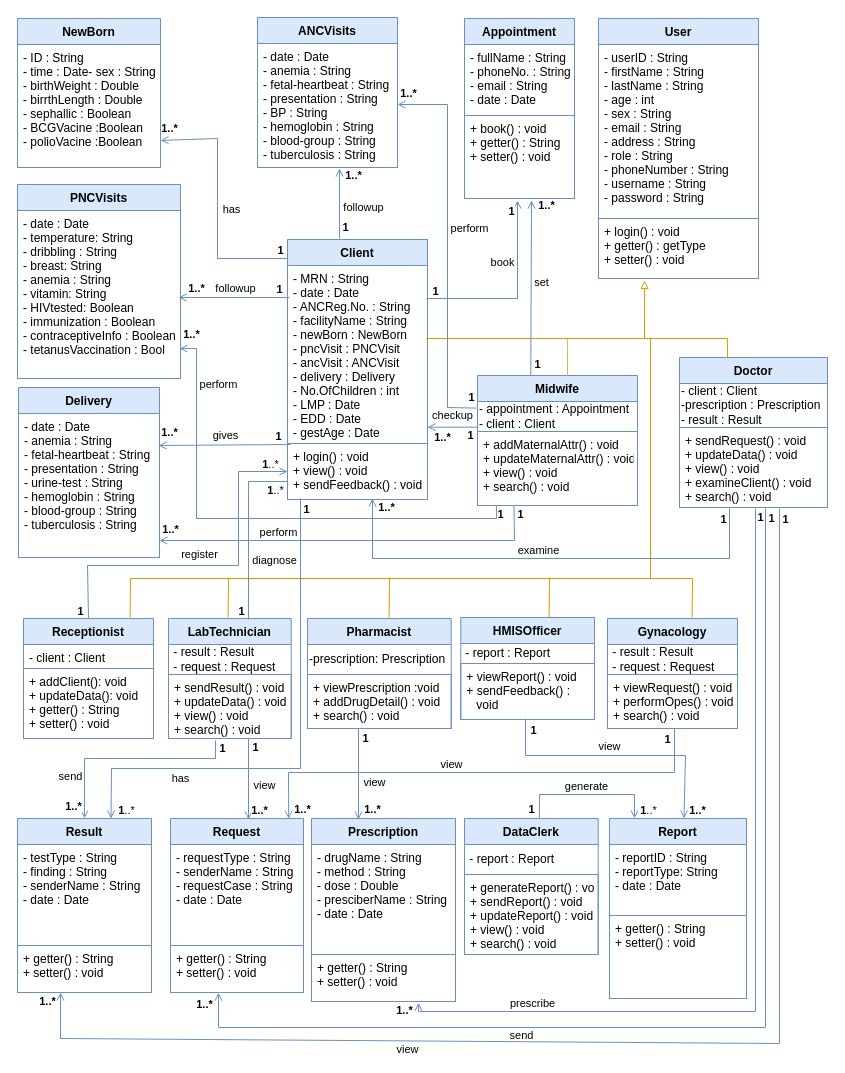
Above: Detailed Class Diagram.drawio in fasil712/UML_Diagram_Design (draw.io), before the change. Source tidied: cells renumbered, new cells numbered last; positions are measured from the earlier drawing's top-left corner, leaving out a move shared by most shapes. Both pictures are drawn from the tidied source at 100%, with x=0, y=0 at pixel (17, 17).
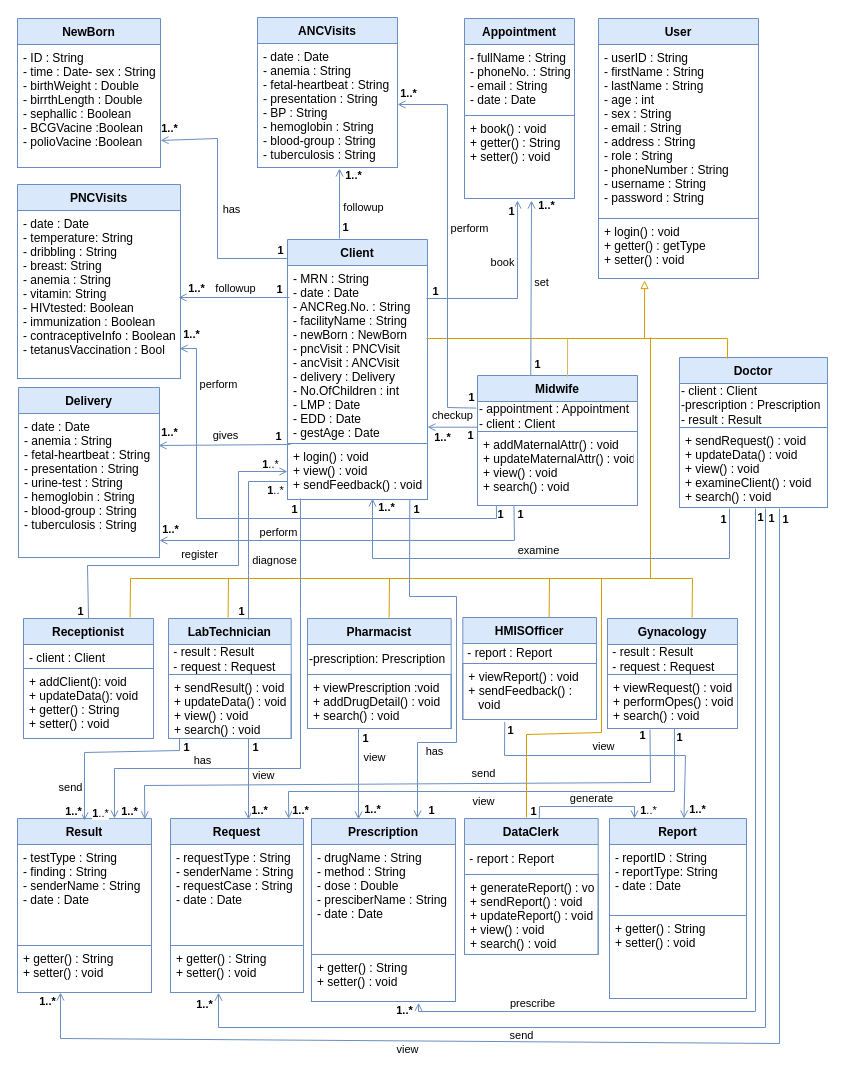
Above is the later version.

Unchanged cells that the change refers to:
```xml
<mxCell id="5" value="Result" style="swimlane;fontStyle=1;align=center;verticalAlign=top;horizontal=1;startSize=26;strokeWidth=1;spacingTop=0;fontSize=12;strokeColor=#6c8ebf;fillColor=#dae8fc;" parent="1" vertex="1">
  <mxGeometry y="801" width="134" height="174" as="geometry" />
</mxCell>
<mxCell id="61" value="+ viewRequest() : void&#10;+ performOpes() : void&#10;+ search() : void" style="text;strokeColor=#6C8EBF;fillColor=none;align=left;verticalAlign=top;spacingLeft=4;spacingRight=4;overflow=hidden;points=[[0,0.5],[1,0.5]];portConstraint=eastwest;strokeWidth=1;spacingTop=0;fontSize=12;" parent="59" vertex="1">
  <mxGeometry y="56" width="130" height="54" as="geometry" />
</mxCell>
<mxCell id="64" value="+ sendResult() : void&#10;+ updateData() : void&#10;+ view() : void&#10;+ search() : void" style="text;strokeColor=#6C8EBF;fillColor=none;align=left;verticalAlign=top;spacingLeft=4;spacingRight=4;overflow=hidden;points=[[0,0.5],[1,0.5]];portConstraint=eastwest;strokeWidth=1;spacingTop=0;fontSize=12;" parent="62" vertex="1">
  <mxGeometry y="56" width="122.7" height="64" as="geometry" />
</mxCell>
<mxCell id="70" value="+ viewReport() : void&#10;+ sendFeedback() :&#10;   void" style="text;strokeColor=#6C8EBF;fillColor=none;align=left;verticalAlign=top;spacingLeft=4;spacingRight=4;overflow=hidden;points=[[0,0.5],[1,0.5]];portConstraint=eastwest;strokeWidth=1;spacingTop=0;fontSize=12;" parent="68" vertex="1">
  <mxGeometry y="46" width="133.7" height="56" as="geometry" />
</mxCell>
<mxCell id="107" style="endArrow=open;html=1;rounded=0;strokeWidth=1;fillColor=#dae8fc;strokeColor=#6c8ebf;entryX=0.5;entryY=0;entryDx=0;entryDy=0;endFill=0;" parent="1" edge="1">
  <mxGeometry relative="1" as="geometry">
    <mxPoint x="341" y="711" as="sourcePoint" />
    <mxPoint x="341" y="802" as="targetPoint" />
  </mxGeometry>
</mxCell>
<mxCell id="123" style="endArrow=open;html=1;rounded=0;strokeWidth=1;fillColor=#dae8fc;strokeColor=#6c8ebf;entryX=0.5;entryY=0;entryDx=0;entryDy=0;endFill=0;" parent="1" edge="1">
  <mxGeometry relative="1" as="geometry">
    <mxPoint x="231" y="721" as="sourcePoint" />
    <mxPoint x="231" y="802" as="targetPoint" />
  </mxGeometry>
</mxCell>
```

Diff of the diagram source:
```diff
@@
     <mxCell id="68" value="HMISOfficer" style="swimlane;fontStyle=1;align=center;verticalAlign=top;horizontal=1;startSize=26;strokeWidth=1;spacingTop=0;fontSize=12;strokeColor=#6c8ebf;fillColor=#dae8fc;" parent="1" vertex="1">
-      <mxGeometry x="443.3" y="600" width="133.7" height="102" as="geometry" />
+      <mxGeometry x="445.3" y="600" width="133.7" height="102" as="geometry" />
     </mxCell>
@@
     <mxCell id="103" style="endArrow=none;html=1;rounded=0;strokeWidth=1;fillColor=#dae8fc;strokeColor=#6c8ebf;entryX=0.5;entryY=0;entryDx=0;entryDy=0;startArrow=open;startFill=0;" parent="1" edge="1">
       <mxGeometry relative="1" as="geometry">
         <mxPoint x="617" y="801" as="sourcePoint" />
         <mxPoint x="521.8" y="801" as="targetPoint" />
         <Array as="points">
-          <mxPoint x="617" y="777" />
-          <mxPoint x="522" y="777" />
+          <mxPoint x="617" y="789" />
+          <mxPoint x="522" y="789" />
         </Array>
       </mxGeometry>
     </mxCell>
@@
     <mxCell id="105" value="&lt;b&gt;1&lt;/b&gt;..*" style="edgeLabel;html=1;align=center;verticalAlign=middle;fontSize=11;" parent="103" vertex="1">
       <mxGeometry x="-0.69" y="-4" relative="1" as="geometry">
-        <mxPoint x="9" y="13" as="offset" />
+        <mxPoint x="19" y="7" as="offset" />
       </mxGeometry>
     </mxCell>
     <mxCell id="106" value="&lt;b&gt;1&lt;/b&gt;" style="edgeLabel;html=1;align=center;verticalAlign=middle;fontSize=11;" parent="103" vertex="1">
       <mxGeometry x="0.78" y="-7" relative="1" as="geometry">
-        <mxPoint x="-1" y="7" as="offset" />
+        <mxPoint x="-8" y="11" as="offset" />
       </mxGeometry>
     </mxCell>
@@
     <mxCell id="108" value="view" style="edgeLabel;html=1;align=center;verticalAlign=middle;" parent="107" vertex="1">
       <mxGeometry x="0.43" y="-2" relative="1" as="geometry">
-        <mxPoint x="17" y="-12" as="offset" />
+        <mxPoint x="17" y="-37" as="offset" />
       </mxGeometry>
     </mxCell>
@@
-    <mxCell id="115" style="endArrow=open;html=1;rounded=0;strokeWidth=1;fillColor=#dae8fc;strokeColor=#6c8ebf;entryX=0.5;entryY=0;entryDx=0;entryDy=0;endFill=0;" parent="1" edge="1">
+    <mxCell id="115" style="endArrow=open;html=1;rounded=0;strokeWidth=1;fillColor=#dae8fc;strokeColor=#6c8ebf;entryX=0.5;entryY=0;entryDx=0;entryDy=0;endFill=0;exitX=0.314;exitY=1.045;exitDx=0;exitDy=0;exitPerimeter=0;" parent="1" edge="1" source="70">
       <mxGeometry relative="1" as="geometry">
-        <mxPoint x="508" y="701" as="sourcePoint" />
         <mxPoint x="666.5" y="801" as="targetPoint" />
         <Array as="points">
-          <mxPoint x="508" y="738" />
+          <mxPoint x="487" y="738" />
           <mxPoint x="668" y="738" />
         </Array>
       </mxGeometry>
     </mxCell>
@@
     <mxCell id="117" value="&lt;b&gt;1&lt;/b&gt;" style="edgeLabel;html=1;align=center;verticalAlign=middle;fontSize=11;" parent="115" vertex="1">
       <mxGeometry x="-0.69" y="-4" relative="1" as="geometry">
-        <mxPoint x="4" y="-30" as="offset" />
+        <mxPoint x="-4" y="-30" as="offset" />
       </mxGeometry>
     </mxCell>
@@
     <mxCell id="124" value="view" style="edgeLabel;html=1;align=center;verticalAlign=middle;" parent="123" vertex="1">
       <mxGeometry x="0.43" y="-2" relative="1" as="geometry">
-        <mxPoint x="17" y="-12" as="offset" />
+        <mxPoint x="16" y="-22" as="offset" />
       </mxGeometry>
     </mxCell>
@@
-    <mxCell id="127" style="endArrow=open;html=1;rounded=0;strokeWidth=1;fillColor=#dae8fc;strokeColor=#6c8ebf;entryX=0.5;entryY=0;entryDx=0;entryDy=0;exitX=0.383;exitY=1.033;exitDx=0;exitDy=0;exitPerimeter=0;endFill=0;" parent="1" edge="1" source="64">
+    <mxCell id="127" style="endArrow=open;html=1;rounded=0;strokeWidth=1;fillColor=#dae8fc;strokeColor=#6c8ebf;entryX=0.5;entryY=0;entryDx=0;entryDy=0;exitX=0.09;exitY=0.969;exitDx=0;exitDy=0;exitPerimeter=0;endFill=0;" parent="1" edge="1">
       <mxGeometry relative="1" as="geometry">
-        <mxPoint x="67" y="801" as="targetPoint" />
+        <mxPoint x="162" y="721" as="sourcePoint" />
+        <mxPoint x="67" y="803" as="targetPoint" />
         <Array as="points">
-          <mxPoint x="198" y="741" />
-          <mxPoint x="67" y="741" />
+          <mxPoint x="162" y="733" />
+          <mxPoint x="67" y="735" />
         </Array>
       </mxGeometry>
     </mxCell>
@@
     <mxCell id="129" value="&lt;b&gt;1&lt;/b&gt;" style="edgeLabel;html=1;align=center;verticalAlign=middle;fontSize=11;" parent="127" vertex="1">
       <mxGeometry x="-0.69" y="-4" relative="1" as="geometry">
-        <mxPoint x="21" y="-7" as="offset" />
+        <mxPoint x="22" as="offset" />
       </mxGeometry>
     </mxCell>
@@
     <mxCell id="131" style="endArrow=open;html=1;rounded=0;strokeWidth=1;fillColor=#dae8fc;strokeColor=#6c8ebf;entryX=0.821;entryY=0.002;entryDx=0;entryDy=0;entryPerimeter=0;endFill=0;" parent="1" edge="1">
       <mxGeometry relative="1" as="geometry">
         <mxPoint x="657" y="711" as="sourcePoint" />
         <mxPoint x="271.2" y="801.3" as="targetPoint" />
         <Array as="points">
-          <mxPoint x="657" y="755" />
-          <mxPoint x="271" y="755" />
+          <mxPoint x="657" y="774" />
+          <mxPoint x="271" y="774" />
         </Array>
       </mxGeometry>
     </mxCell>
     <mxCell id="132" value="view" style="edgeLabel;html=1;align=center;verticalAlign=middle;" parent="131" vertex="1">
       <mxGeometry x="0.43" y="-2" relative="1" as="geometry">
-        <mxPoint x="73" y="-7" as="offset" />
+        <mxPoint x="86" y="11" as="offset" />
       </mxGeometry>
     </mxCell>
     <mxCell id="133" value="&lt;b&gt;1&lt;/b&gt;" style="edgeLabel;html=1;align=center;verticalAlign=middle;fontSize=11;" parent="131" vertex="1">
       <mxGeometry x="-0.69" y="-4" relative="1" as="geometry">
-        <mxPoint x="22" y="-30" as="offset" />
+        <mxPoint x="15" y="-51" as="offset" />
       </mxGeometry>
     </mxCell>
     <mxCell id="134" value="&lt;b&gt;1..*&lt;/b&gt;" style="edgeLabel;html=1;align=center;verticalAlign=middle;fontSize=11;" parent="131" vertex="1">
       <mxGeometry x="0.78" y="-7" relative="1" as="geometry">
-        <mxPoint x="7" y="43" as="offset" />
+        <mxPoint x="-14" y="25" as="offset" />
       </mxGeometry>
     </mxCell>
@@
-    <mxCell id="155" style="endArrow=open;html=1;rounded=0;strokeWidth=1;fillColor=#dae8fc;strokeColor=#6c8ebf;entryX=0.75;entryY=0;entryDx=0;entryDy=0;exitX=0.143;exitY=0.982;exitDx=0;exitDy=0;exitPerimeter=0;endFill=0;" parent="1" edge="1">
+    <mxCell id="155" style="endArrow=open;html=1;rounded=0;strokeWidth=1;fillColor=#dae8fc;strokeColor=#6c8ebf;exitX=0.143;exitY=0.982;exitDx=0;exitDy=0;exitPerimeter=0;endFill=0;" parent="1" edge="1">
       <mxGeometry relative="1" as="geometry">
         <mxPoint x="283" y="481" as="sourcePoint" />
-        <mxPoint x="93.5" y="801" as="targetPoint" />
+        <mxPoint x="97" y="801" as="targetPoint" />
         <Array as="points">
           <mxPoint x="283" y="591" />
           <mxPoint x="283" y="751" />
-          <mxPoint x="94" y="751" />
+          <mxPoint x="97" y="751" />
         </Array>
       </mxGeometry>
     </mxCell>
     <mxCell id="156" value="has" style="edgeLabel;html=1;align=center;verticalAlign=middle;" parent="155" vertex="1">
       <mxGeometry x="0.43" y="-2" relative="1" as="geometry">
-        <mxPoint x="-27" y="11" as="offset" />
+        <mxPoint x="-7" y="-7" as="offset" />
       </mxGeometry>
     </mxCell>
     <mxCell id="157" value="&lt;b&gt;1&lt;/b&gt;" style="edgeLabel;html=1;align=center;verticalAlign=middle;fontSize=11;" parent="155" vertex="1">
       <mxGeometry x="-0.74" y="-6" relative="1" as="geometry">
-        <mxPoint x="11" y="-56" as="offset" />
+        <mxPoint x="-1" y="-56" as="offset" />
       </mxGeometry>
     </mxCell>
     <mxCell id="158" value="&lt;b&gt;1&lt;/b&gt;..*" style="edgeLabel;html=1;align=center;verticalAlign=middle;fontSize=11;" parent="155" vertex="1">
       <mxGeometry x="0.86" y="-8" relative="1" as="geometry">
-        <mxPoint x="23" y="28" as="offset" />
+        <mxPoint x="-7" y="29" as="offset" />
       </mxGeometry>
     </mxCell>
+    <mxCell id="159" style="endArrow=open;html=1;rounded=0;strokeWidth=1;fillColor=#dae8fc;strokeColor=#6c8ebf;entryX=0.95;entryY=0.005;entryDx=0;entryDy=0;entryPerimeter=0;endFill=0;exitX=0.327;exitY=1.019;exitDx=0;exitDy=0;exitPerimeter=0;" parent="1" edge="1" source="61" target="5">
+      <mxGeometry relative="1" as="geometry">
+        <Array as="points">
+          <mxPoint x="633" y="765" />
+          <mxPoint x="127" y="768" />
+        </Array>
+      </mxGeometry>
+    </mxCell>
+    <mxCell id="160" value="send" style="edgeLabel;html=1;align=center;verticalAlign=middle;" parent="159" vertex="1">
+      <mxGeometry x="0.43" y="-2" relative="1" as="geometry">
+        <mxPoint x="204" y="-10" as="offset" />
+      </mxGeometry>
+    </mxCell>
+    <mxCell id="161" value="&lt;b&gt;1&lt;/b&gt;" style="edgeLabel;html=1;align=center;verticalAlign=middle;fontSize=11;" parent="159" vertex="1">
+      <mxGeometry x="-0.69" y="-4" relative="1" as="geometry">
+        <mxPoint x="31" y="-44" as="offset" />
+      </mxGeometry>
+    </mxCell>
+    <mxCell id="162" value="&lt;b&gt;1..*&lt;/b&gt;" style="edgeLabel;html=1;align=center;verticalAlign=middle;fontSize=11;" parent="159" vertex="1">
+      <mxGeometry x="0.78" y="-7" relative="1" as="geometry">
+        <mxPoint x="-46" y="33" as="offset" />
+      </mxGeometry>
+    </mxCell>
+    <mxCell id="163" style="endArrow=open;html=1;rounded=0;strokeWidth=1;fillColor=#dae8fc;strokeColor=#6c8ebf;entryX=0.75;entryY=0;entryDx=0;entryDy=0;endFill=0;exitX=0.888;exitY=1.005;exitDx=0;exitDy=0;exitPerimeter=0;" parent="1" edge="1">
+      <mxGeometry relative="1" as="geometry">
+        <mxPoint x="392.3" y="482.3" as="sourcePoint" />
+        <mxPoint x="400" y="801" as="targetPoint" />
+        <Array as="points">
+          <mxPoint x="392" y="579" />
+          <mxPoint x="439" y="579" />
+          <mxPoint x="439" y="725" />
+          <mxPoint x="400" y="725" />
+        </Array>
+      </mxGeometry>
+    </mxCell>
+    <mxCell id="164" value="has" style="edgeLabel;html=1;align=center;verticalAlign=middle;" parent="163" vertex="1">
+      <mxGeometry x="0.43" y="-2" relative="1" as="geometry">
+        <mxPoint x="-21" y="9" as="offset" />
+      </mxGeometry>
+    </mxCell>
+    <mxCell id="165" value="&lt;b&gt;1&lt;/b&gt;" style="edgeLabel;html=1;align=center;verticalAlign=middle;fontSize=11;" parent="163" vertex="1">
+      <mxGeometry x="-0.69" y="-4" relative="1" as="geometry">
+        <mxPoint x="10" y="-54" as="offset" />
+      </mxGeometry>
+    </mxCell>
+    <mxCell id="166" value="&lt;b&gt;1&lt;/b&gt;" style="edgeLabel;html=1;align=center;verticalAlign=middle;fontSize=11;" parent="163" vertex="1">
+      <mxGeometry x="0.78" y="-7" relative="1" as="geometry">
+        <mxPoint x="20" y="36" as="offset" />
+      </mxGeometry>
+    </mxCell>
+    <mxCell id="167" style="edgeStyle=none;rounded=0;orthogonalLoop=1;jettySize=auto;html=1;fontSize=11;startArrow=none;startFill=0;endArrow=none;endFill=0;strokeWidth=1;fillColor=#ffe6cc;strokeColor=#d79b00;" parent="1" edge="1">
+      <mxGeometry relative="1" as="geometry">
+        <mxPoint x="509" y="800" as="sourcePoint" />
+        <mxPoint x="584" y="561" as="targetPoint" />
+        <Array as="points">
+          <mxPoint x="509" y="717" />
+          <mxPoint x="584" y="715" />
+        </Array>
+      </mxGeometry>
+    </mxCell>
```
